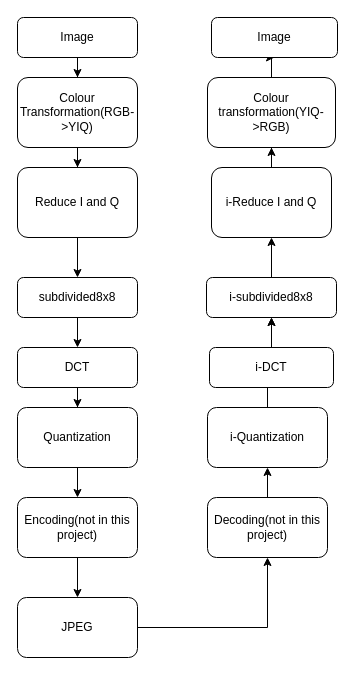
Before: Untitled Diagram.drawio in ShutongJIN/JEPG_compression-decompression, a draw.io diagram. Source tidied: cells renumbered, new cells numbered last; positions are measured from the earlier drawing's top-left corner, leaving out a move shared by most shapes. Both pictures are drawn from the tidied source at 100%, with x=0, y=0 at pixel (17, 17).
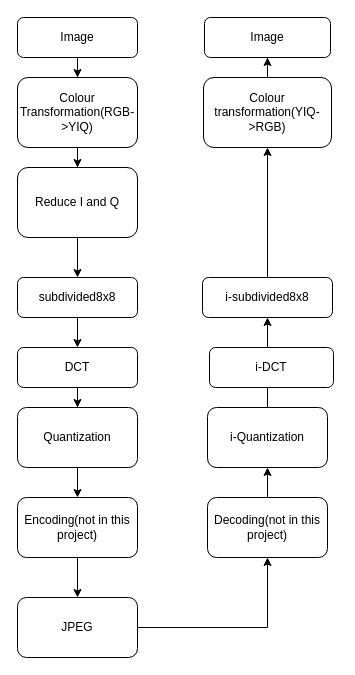
Above is the later version.

Unchanged cells that the change refers to:
```xml
<mxCell id="21" value="i-DCT" style="whiteSpace=wrap;html=1;rounded=1;shadow=0;strokeWidth=1;glass=0;" parent="1" vertex="1">
  <mxGeometry x="192" y="330" width="124" height="40" as="geometry" />
</mxCell>
```

Diff of the diagram source:
```diff
@@
-    <mxCell id="20" style="edgeStyle=orthogonalEdgeStyle;rounded=0;jettySize=auto;html=1;" parent="1" edge="1" source="21" target="23">
-      <mxGeometry relative="1" as="geometry" />
-    </mxCell>
@@
-    <mxCell id="22" style="edgeStyle=orthogonalEdgeStyle;rounded=0;jettySize=auto;html=1;" parent="1" edge="1" source="23" target="30">
-      <mxGeometry relative="1" as="geometry" />
-    </mxCell>
+    <mxCell id="31" style="edgeStyle=orthogonalEdgeStyle;rounded=0;jettySize=auto;html=1;" parent="1" edge="1" source="23" target="25">
+      <mxGeometry relative="1" as="geometry" />
+    </mxCell>
     <mxCell id="23" value="i-subdivided8x8" style="whiteSpace=wrap;html=1;rounded=1;shadow=0;strokeWidth=1;glass=0;" parent="1" vertex="1">
-      <mxGeometry x="189" y="260" width="130" height="40" as="geometry" />
+      <mxGeometry x="185" y="260" width="130" height="40" as="geometry" />
     </mxCell>
@@
     <mxCell id="25" value="Colour transformation(YIQ-&amp;gt;RGB)" style="whiteSpace=wrap;html=1;rounded=1;shadow=0;strokeWidth=1;glass=0;" parent="1" vertex="1">
-      <mxGeometry x="190" y="60" width="128" height="70" as="geometry" />
+      <mxGeometry x="186" y="60" width="128" height="70" as="geometry" />
     </mxCell>
     <mxCell id="26" value="Image" style="whiteSpace=wrap;html=1;rounded=1;shadow=0;strokeWidth=1;glass=0;" parent="1" vertex="1">
-      <mxGeometry x="194" width="126" height="40" as="geometry" />
+      <mxGeometry x="187" width="126" height="40" as="geometry" />
     </mxCell>
@@
-    <mxCell id="29" style="edgeStyle=orthogonalEdgeStyle;rounded=0;jettySize=auto;html=1;" parent="1" edge="1" source="30" target="25">
-      <mxGeometry relative="1" as="geometry" />
-    </mxCell>
-    <mxCell id="30" value="i-Reduce I and Q" style="rounded=1;whiteSpace=wrap;html=1;" parent="1" vertex="1">
-      <mxGeometry x="194" y="150" width="120" height="70" as="geometry" />
-    </mxCell>
+    <mxCell id="32" style="edgeStyle=orthogonalEdgeStyle;rounded=0;orthogonalLoop=1;jettySize=auto;html=1;exitX=0.5;exitY=1;exitDx=0;exitDy=0;" parent="1" edge="1" source="23" target="23">
+      <mxGeometry relative="1" as="geometry" />
+    </mxCell>
```
